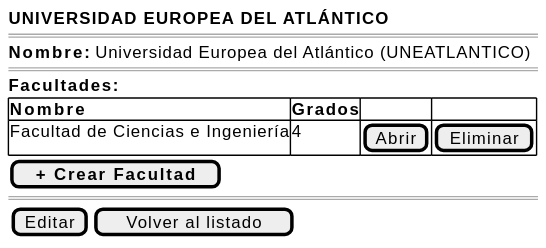
This is images/RUP/01-requisitos/03-detalle-casos-uso/abrirUniversidad/wireframe.svg from mmasias/pyCeldaPublico, a PlantUML export, as it was before one commit.
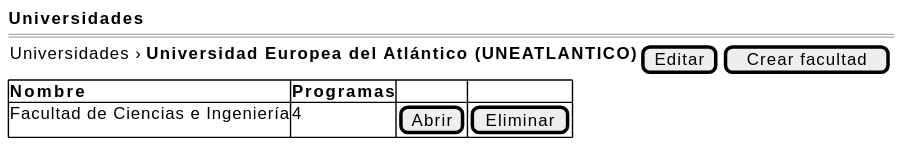
After the commit.

What changed in the source:
```diff
@@ -1,16 +1,11 @@
 @startsalt abrirUniversidad-wireframe
 {
-    <b>UNIVERSIDAD EUROPEA DEL ATLÁNTICO</b>
+    <b>Universidades</b>
     ====
-    <b>Nombre:</b> Universidad Europea del Atlántico (UNEATLANTICO)
-    ====
-    <b>Facultades:</b>
+    {Universidades › <b>Universidad Europea del Atlántico (UNEATLANTICO)</b> | [Editar] | [Crear facultad]}
     {#
-        <b>Nombre | <b>Grados | . | .
+        <b>Nombre | <b>Programas | . | .
         Facultad de Ciencias e Ingeniería | 4 | [Abrir] | [Eliminar]
     }
-    [ <b>+ Crear Facultad</b> ]
-    ====
-    {[Editar] | [Volver al listado]}
 }
 @endsalt
```
